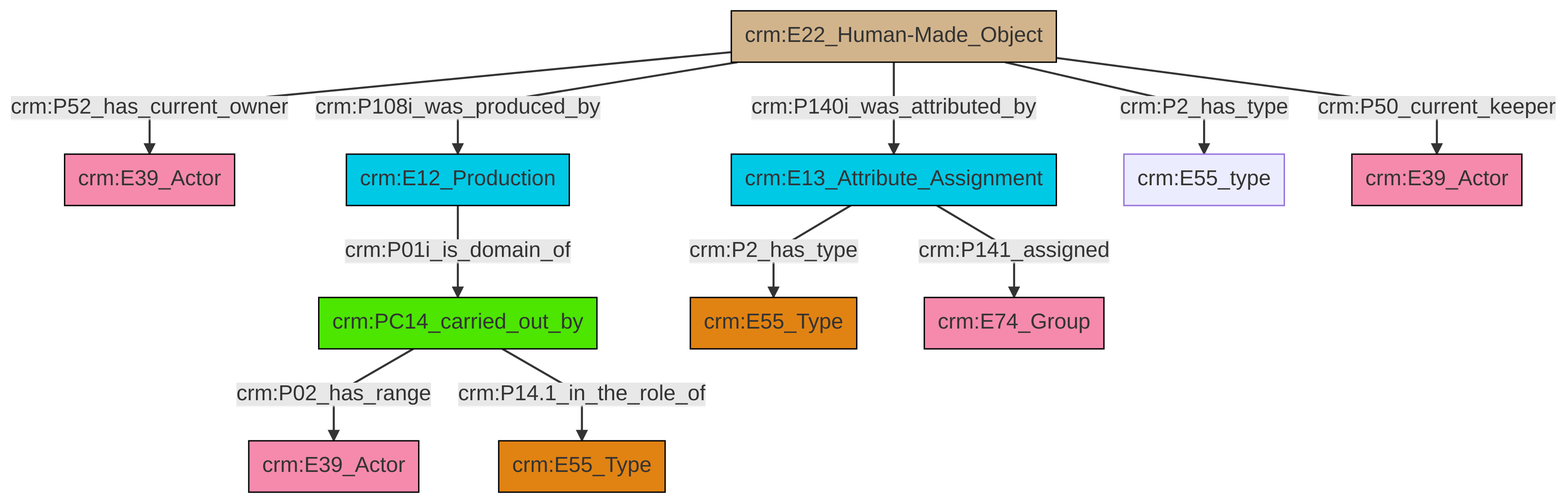
Earlier version of the Mermaid export et/artworkCSV/ttl/mmd/png/Artwork_Actor_Relations.png (swiss-art-research-net/reference-data-models). Its source is kept beside it as et/artworkCSV/ttl/mmd/Artwork_Actor_Relations.ttl.mmd.
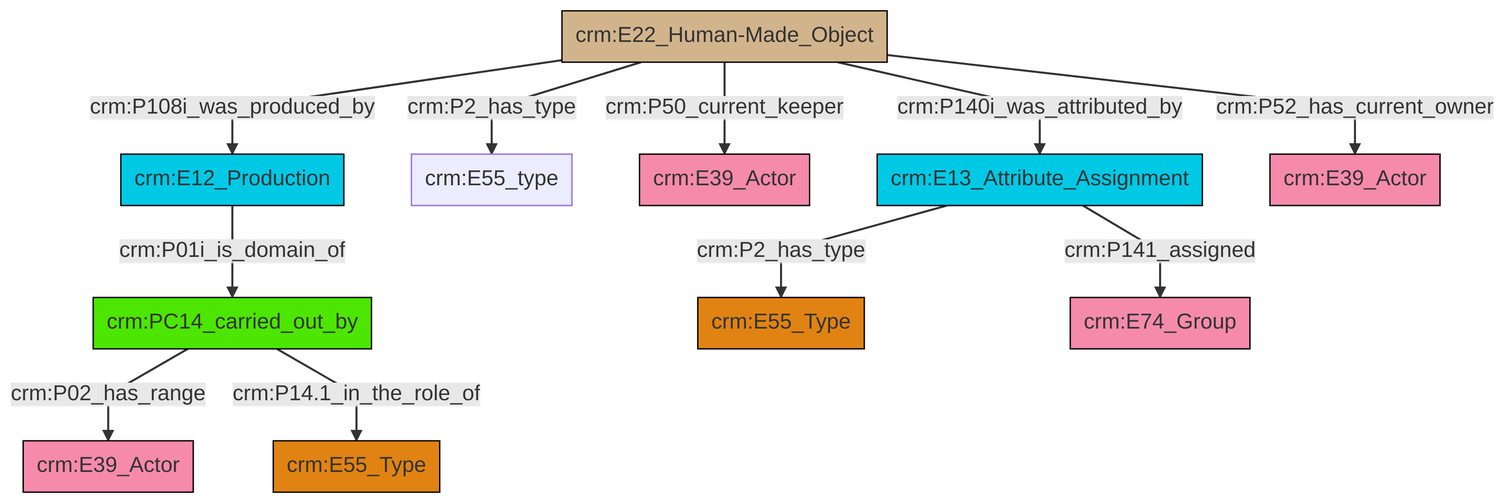
Above is the later version.

Change to the diagram source:
```diff
@@ -13,13 +13,13 @@
 classDef PC_Classes fill:#4ce600, stroke:#000000;
 classDef Multi fill:#cccccc,stroke:#000000;
 
-4["crm:E22_Human-Made_Object"]:::Physical_Thing -->|crm:P52_has_current_owner| 5["crm:E39_Actor"]:::Actor
-4["crm:E22_Human-Made_Object"]:::Physical_Thing -->|crm:P108i_was_produced_by| 6["crm:E12_Production"]:::Temporal_Entity
-6["crm:E12_Production"]:::Temporal_Entity -->|crm:P01i_is_domain_of| 8["crm:PC14_carried_out_by"]:::PC_Classes
-4["crm:E22_Human-Made_Object"]:::Physical_Thing -->|crm:P140i_was_attributed_by| 10["crm:E13_Attribute_Assignment"]:::Temporal_Entity
-10["crm:E13_Attribute_Assignment"]:::Temporal_Entity -->|crm:P2_has_type| 0["crm:E55_Type"]:::Type
-4["crm:E22_Human-Made_Object"]:::Physical_Thing -->|crm:P2_has_type| 14["crm:E55_type"]:::Default
-10["crm:E13_Attribute_Assignment"]:::Temporal_Entity -->|crm:P141_assigned| 17["crm:E74_Group"]:::Actor
-8["crm:PC14_carried_out_by"]:::PC_Classes -->|crm:P02_has_range| 18["crm:E39_Actor"]:::Actor
-8["crm:PC14_carried_out_by"]:::PC_Classes -->|crm:P14.1_in_the_role_of| 12["crm:E55_Type"]:::Type
-4["crm:E22_Human-Made_Object"]:::Physical_Thing -->|crm:P50_current_keeper| 2["crm:E39_Actor"]:::Actor
+0["crm:E22_Human-Made_Object"]:::Physical_Thing -->|crm:P140i_was_attributed_by| 1["crm:E13_Attribute_Assignment"]:::Temporal_Entity
+0["crm:E22_Human-Made_Object"]:::Physical_Thing -->|crm:P2_has_type| 2["crm:E55_type"]:::Default
+7["crm:E12_Production"]:::Temporal_Entity -->|crm:P01i_is_domain_of| 8["crm:PC14_carried_out_by"]:::PC_Classes
+0["crm:E22_Human-Made_Object"]:::Physical_Thing -->|crm:P52_has_current_owner| 9["crm:E39_Actor"]:::Actor
+0["crm:E22_Human-Made_Object"]:::Physical_Thing -->|crm:P50_current_keeper| 5["crm:E39_Actor"]:::Actor
+1["crm:E13_Attribute_Assignment"]:::Temporal_Entity -->|crm:P141_assigned| 14["crm:E74_Group"]:::Actor
+1["crm:E13_Attribute_Assignment"]:::Temporal_Entity -->|crm:P2_has_type| 11["crm:E55_Type"]:::Type
+0["crm:E22_Human-Made_Object"]:::Physical_Thing -->|crm:P108i_was_produced_by| 7["crm:E12_Production"]:::Temporal_Entity
+8["crm:PC14_carried_out_by"]:::PC_Classes -->|crm:P02_has_range| 17["crm:E39_Actor"]:::Actor
+8["crm:PC14_carried_out_by"]:::PC_Classes -->|crm:P14.1_in_the_role_of| 3["crm:E55_Type"]:::Type
```
